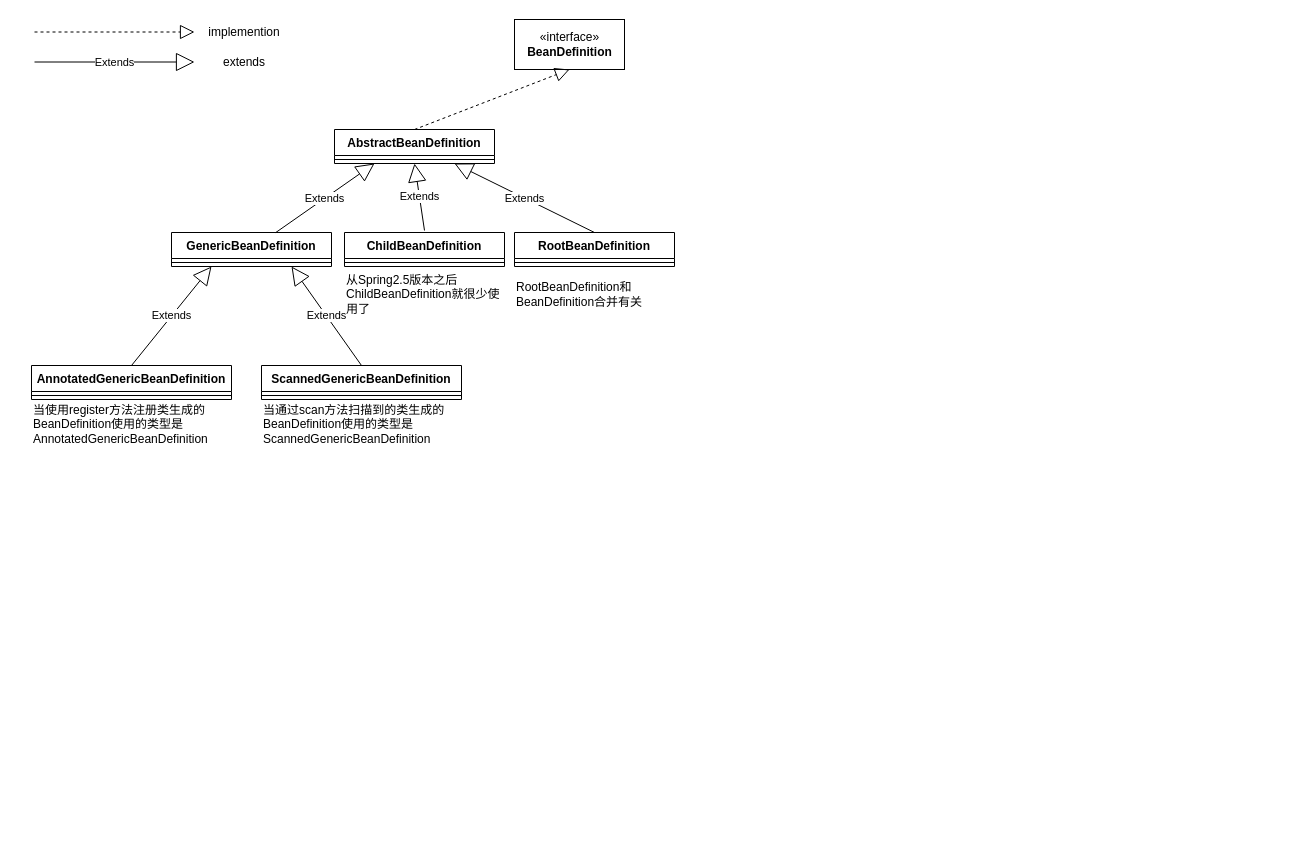
zhoulei4652/gitchild keeps this draw.io diagram as Untitled Diagram.drawio. Above is the earlier version. Source tidied: cells renumbered, new cells numbered last; positions are measured from the earlier drawing's top-left corner, leaving out a move shared by most shapes. Both pictures are drawn from the tidied source at 100%, with x=0, y=0 at pixel (31, 17).
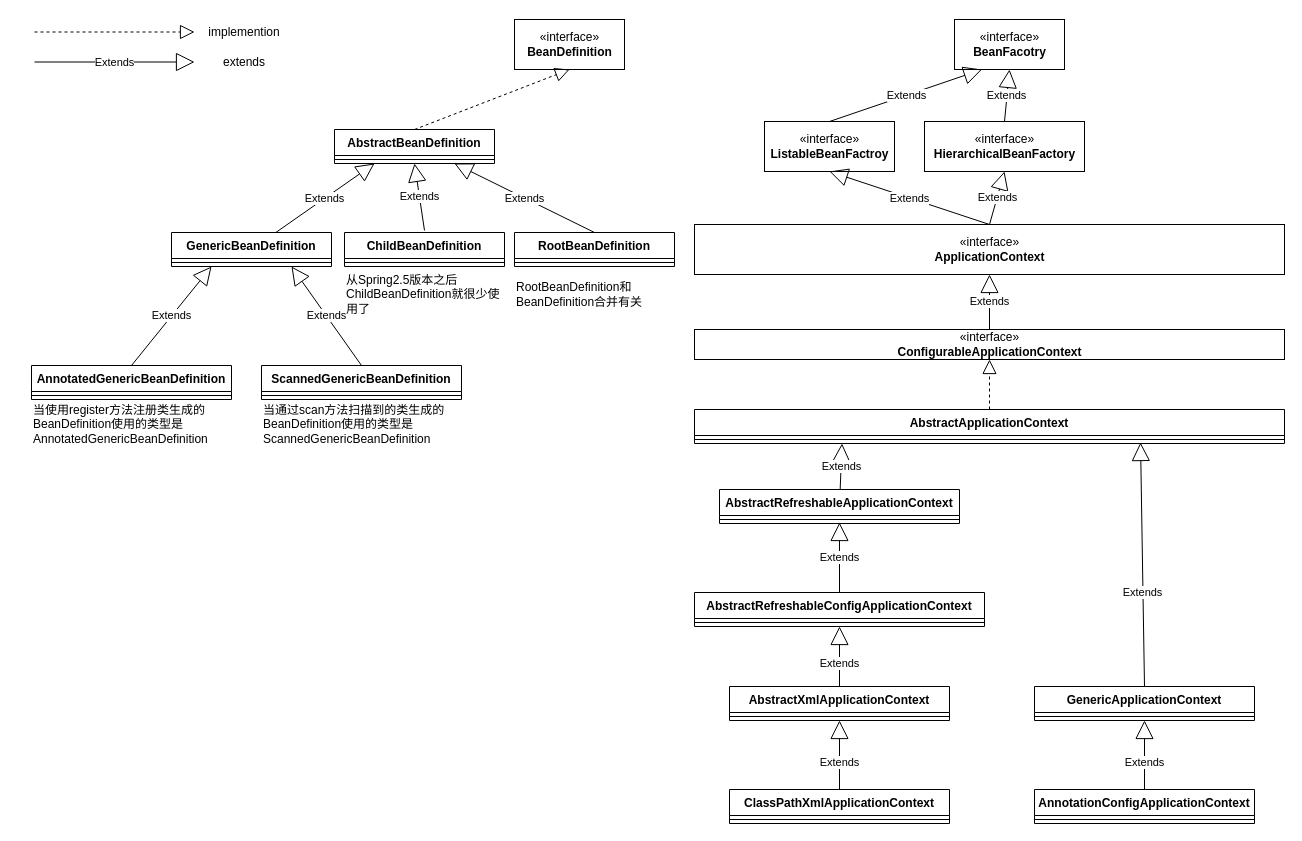
The same diagram, later.

Diff of the diagram source:
```diff
@@
+    <mxCell id="29" value="«interface»&lt;br&gt;&lt;div&gt;&lt;b&gt;BeanFacotry&lt;/b&gt;&lt;/div&gt;" style="html=1;" parent="1" vertex="1">
+      <mxGeometry x="923" y="2" width="110" height="50" as="geometry" />
+    </mxCell>
+    <mxCell id="30" value="&lt;div&gt;«interface»&lt;span style=&quot;color: #000000&quot;&gt;&lt;br&gt;&lt;/span&gt;&lt;/div&gt;&lt;div&gt;&lt;b&gt;&lt;span style=&quot;color: #000000&quot;&gt;ApplicationContext&lt;/span&gt;&lt;/b&gt;&lt;/div&gt;" style="html=1;" parent="1" vertex="1">
+      <mxGeometry x="663" y="207" width="590" height="50" as="geometry" />
+    </mxCell>
+    <mxCell id="31" value="&lt;div&gt;«interface»&lt;span style=&quot;color: #000000&quot;&gt;&lt;br&gt;&lt;/span&gt;&lt;/div&gt;&lt;div&gt;&lt;b&gt;&lt;span style=&quot;color: #000000&quot;&gt;ListableBeanFactroy&lt;/span&gt;&lt;/b&gt;&lt;/div&gt;" style="html=1;" parent="1" vertex="1">
+      <mxGeometry x="733" y="104" width="130" height="50" as="geometry" />
+    </mxCell>
+    <mxCell id="32" value="&lt;div&gt;«interface»&lt;span style=&quot;color: #000000&quot;&gt;&lt;/span&gt;&lt;span style=&quot;color: #000000&quot;&gt;&lt;br&gt;&lt;/span&gt;&lt;/div&gt;&lt;div&gt;&lt;b&gt;&lt;span style=&quot;color: #000000&quot;&gt;HierarchicalBeanFactory&lt;/span&gt;&lt;/b&gt;&lt;/div&gt;" style="html=1;" parent="1" vertex="1">
+      <mxGeometry x="893" y="104" width="160" height="50" as="geometry" />
+    </mxCell>
+    <mxCell id="33" value="Extends" style="endArrow=block;endSize=16;endFill=0;html=1;rounded=0;exitX=0.5;exitY=0;exitDx=0;exitDy=0;entryX=0.25;entryY=1;entryDx=0;entryDy=0;" parent="1" edge="1" source="31" target="29">
+      <mxGeometry relative="1" as="geometry" />
+    </mxCell>
+    <mxCell id="34" value="Extends" style="endArrow=block;endSize=16;endFill=0;html=1;rounded=0;entryX=0.5;entryY=1;entryDx=0;entryDy=0;exitX=0.5;exitY=0;exitDx=0;exitDy=0;" parent="1" edge="1" source="32" target="29">
+      <mxGeometry relative="1" as="geometry" />
+    </mxCell>
+    <mxCell id="35" value="Extends" style="endArrow=block;endSize=16;endFill=0;html=1;rounded=0;entryX=0.5;entryY=1;entryDx=0;entryDy=0;exitX=0.5;exitY=0;exitDx=0;exitDy=0;" parent="1" edge="1" source="30" target="31">
+      <mxGeometry relative="1" as="geometry" />
+    </mxCell>
+    <mxCell id="36" value="Extends" style="endArrow=block;endSize=16;endFill=0;html=1;rounded=0;entryX=0.5;entryY=1;entryDx=0;entryDy=0;exitX=0.5;exitY=0;exitDx=0;exitDy=0;" parent="1" edge="1" source="30" target="32">
+      <mxGeometry relative="1" as="geometry" />
+    </mxCell>
+    <mxCell id="37" value="AnnotationConfigApplicationContext" style="swimlane;fontStyle=1;align=center;verticalAlign=top;horizontal=1;startSize=26;" parent="1" vertex="1">
+      <mxGeometry x="1003" y="772" width="220" height="34" as="geometry" />
+    </mxCell>
+    <mxCell id="38" style="line;strokeWidth=1;fillColor=none;align=left;verticalAlign=middle;spacingTop=-1;spacingLeft=3;spacingRight=3;labelPosition=right;" parent="37" vertex="1">
+      <mxGeometry y="26" width="220" height="8" as="geometry" />
+    </mxCell>
+    <mxCell id="39" value="ClassPathXmlApplicationContext" style="swimlane;fontStyle=1;align=center;verticalAlign=top;horizontal=1;startSize=26;" parent="1" vertex="1">
+      <mxGeometry x="698" y="772" width="220" height="34" as="geometry" />
+    </mxCell>
+    <mxCell id="40" style="line;strokeWidth=1;fillColor=none;align=left;verticalAlign=middle;spacingTop=-1;spacingLeft=3;spacingRight=3;labelPosition=right;" parent="39" vertex="1">
+      <mxGeometry y="26" width="220" height="8" as="geometry" />
+    </mxCell>
+    <mxCell id="41" value="AbstractXmlApplicationContext" style="swimlane;fontStyle=1;align=center;verticalAlign=top;horizontal=1;startSize=26;" parent="1" vertex="1">
+      <mxGeometry x="698" y="669" width="220" height="34" as="geometry" />
+    </mxCell>
+    <mxCell id="42" style="line;strokeWidth=1;fillColor=none;align=left;verticalAlign=middle;spacingTop=-1;spacingLeft=3;spacingRight=3;labelPosition=right;" parent="41" vertex="1">
+      <mxGeometry y="26" width="220" height="8" as="geometry" />
+    </mxCell>
+    <mxCell id="43" value="AbstractRefreshableConfigApplicationContext" style="swimlane;fontStyle=1;align=center;verticalAlign=top;horizontal=1;startSize=26;" parent="1" vertex="1">
+      <mxGeometry x="663" y="575" width="290" height="34" as="geometry" />
+    </mxCell>
+    <mxCell id="44" style="line;strokeWidth=1;fillColor=none;align=left;verticalAlign=middle;spacingTop=-1;spacingLeft=3;spacingRight=3;labelPosition=right;" parent="43" vertex="1">
+      <mxGeometry y="26" width="290" height="8" as="geometry" />
+    </mxCell>
+    <mxCell id="45" value="AbstractRefreshableApplicationContext" style="swimlane;fontStyle=1;align=center;verticalAlign=top;horizontal=1;startSize=26;" parent="1" vertex="1">
+      <mxGeometry x="688" y="472" width="240" height="34" as="geometry" />
+    </mxCell>
+    <mxCell id="46" style="line;strokeWidth=1;fillColor=none;align=left;verticalAlign=middle;spacingTop=-1;spacingLeft=3;spacingRight=3;labelPosition=right;points=[];portConstraint=eastwest;" parent="45" vertex="1">
+      <mxGeometry y="26" width="240" height="8" as="geometry" />
+    </mxCell>
+    <mxCell id="47" value="AbstractApplicationContext" style="swimlane;fontStyle=1;align=center;verticalAlign=top;horizontal=1;startSize=26;" parent="1" vertex="1">
+      <mxGeometry x="663" y="392" width="590" height="34" as="geometry" />
+    </mxCell>
+    <mxCell id="48" style="line;strokeWidth=1;fillColor=none;align=left;verticalAlign=middle;spacingTop=-1;spacingLeft=3;spacingRight=3;labelPosition=right;points=[];portConstraint=eastwest;" parent="47" vertex="1">
+      <mxGeometry y="26" width="590" height="8" as="geometry" />
+    </mxCell>
+    <mxCell id="49" value="&lt;div&gt;«interface»&lt;span style=&quot;color: #000000&quot;&gt;&lt;/span&gt;&lt;span style=&quot;color: #000000&quot;&gt;&lt;/span&gt;&lt;span style=&quot;color: #000000&quot;&gt;&lt;br&gt;&lt;/span&gt;&lt;/div&gt;&lt;div&gt;&lt;b&gt;&lt;span style=&quot;color: #000000&quot;&gt;ConfigurableApplicationContext&lt;/span&gt;&lt;/b&gt;&lt;/div&gt;" style="html=1;" parent="1" vertex="1">
+      <mxGeometry x="663" y="312" width="590" height="30" as="geometry" />
+    </mxCell>
+    <mxCell id="50" value="GenericApplicationContext" style="swimlane;fontStyle=1;align=center;verticalAlign=top;horizontal=1;startSize=26;" parent="1" vertex="1">
+      <mxGeometry x="1003" y="669" width="220" height="34" as="geometry" />
+    </mxCell>
+    <mxCell id="51" style="line;strokeWidth=1;fillColor=none;align=left;verticalAlign=middle;spacingTop=-1;spacingLeft=3;spacingRight=3;labelPosition=right;" parent="50" vertex="1">
+      <mxGeometry y="26" width="220" height="8" as="geometry" />
+    </mxCell>
+    <mxCell id="52" value="Extends" style="endArrow=block;endSize=16;endFill=0;html=1;rounded=0;entryX=0.5;entryY=1;entryDx=0;entryDy=0;exitX=0.5;exitY=0;exitDx=0;exitDy=0;" parent="1" edge="1" source="49" target="30">
+      <mxGeometry relative="1" as="geometry" />
+    </mxCell>
+    <mxCell id="53" style="endArrow=block;dashed=1;endFill=0;endSize=12;html=1;rounded=0;exitX=0.5;exitY=0;exitDx=0;exitDy=0;entryX=0.5;entryY=1;entryDx=0;entryDy=0;" parent="1" edge="1" source="47" target="49">
+      <mxGeometry relative="1" as="geometry" />
+    </mxCell>
+    <mxCell id="54" value="Extends" style="endArrow=block;endSize=16;endFill=0;html=1;rounded=0;entryX=0.25;entryY=1;entryDx=0;entryDy=0;" parent="1" edge="1" source="45" target="47">
+      <mxGeometry relative="1" as="geometry" />
+    </mxCell>
+    <mxCell id="55" value="Extends" style="endArrow=block;endSize=16;endFill=0;html=1;rounded=0;exitX=0.5;exitY=0;exitDx=0;exitDy=0;entryX=0.5;entryY=0.875;entryDx=0;entryDy=0;entryPerimeter=0;" parent="1" edge="1" source="43" target="46">
+      <mxGeometry relative="1" as="geometry" />
+    </mxCell>
+    <mxCell id="56" value="Extends" style="endArrow=block;endSize=16;endFill=0;html=1;rounded=0;exitX=0.5;exitY=0;exitDx=0;exitDy=0;entryX=0.5;entryY=1;entryDx=0;entryDy=0;" parent="1" edge="1" source="41" target="43">
+      <mxGeometry x="-0.23" relative="1" as="geometry" />
+    </mxCell>
+    <mxCell id="57" value="Extends" style="endArrow=block;endSize=16;endFill=0;html=1;rounded=0;exitX=0.5;exitY=0;exitDx=0;exitDy=0;entryX=0.5;entryY=1;entryDx=0;entryDy=0;" parent="1" edge="1" source="39" target="41">
+      <mxGeometry x="-0.23" relative="1" as="geometry" />
+    </mxCell>
+    <mxCell id="58" value="Extends" style="endArrow=block;endSize=16;endFill=0;html=1;rounded=0;entryX=0.5;entryY=1;entryDx=0;entryDy=0;exitX=0.5;exitY=0;exitDx=0;exitDy=0;" parent="1" edge="1" source="37" target="50">
+      <mxGeometry x="-0.23" relative="1" as="geometry" />
+    </mxCell>
+    <mxCell id="59" value="Extends" style="endArrow=block;endSize=16;endFill=0;html=1;rounded=0;exitX=0.5;exitY=0;exitDx=0;exitDy=0;entryX=0.756;entryY=0.875;entryDx=0;entryDy=0;entryPerimeter=0;" parent="1" edge="1" source="50" target="48">
+      <mxGeometry x="-0.23" relative="1" as="geometry" />
+    </mxCell>
```
